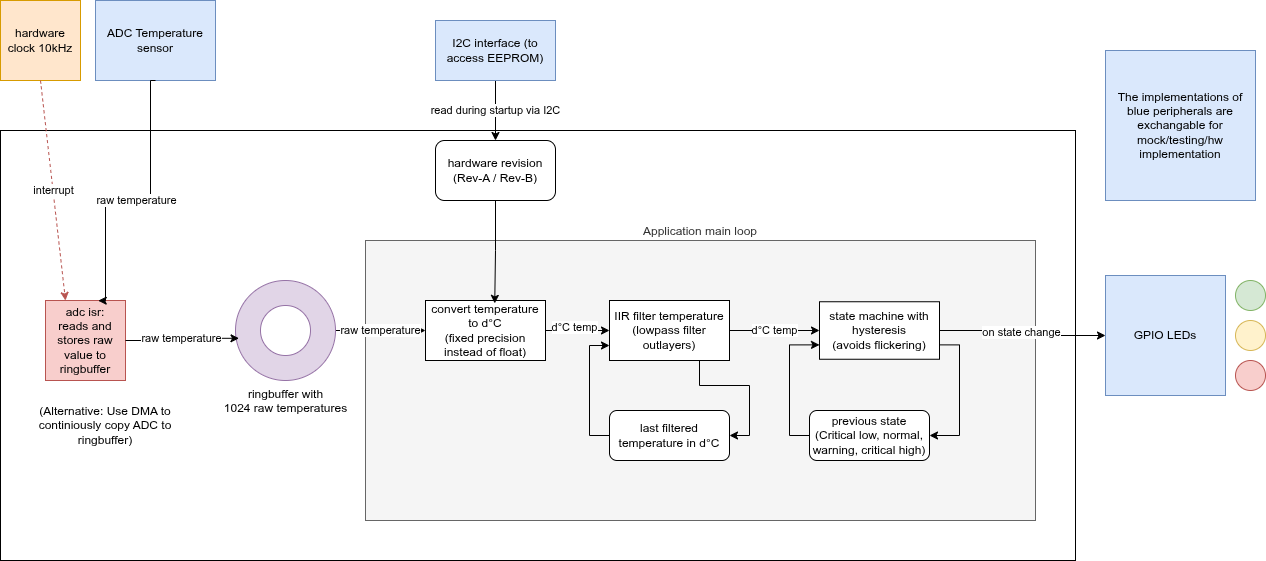
The draw.io diagram doc/dataflow_diagram.png in montaga/bm_temperature_monitor, before a commit. Source tidied: cells renumbered, new cells last; positions are measured from the earlier drawing's top-left corner, leaving out a move shared by most shapes.
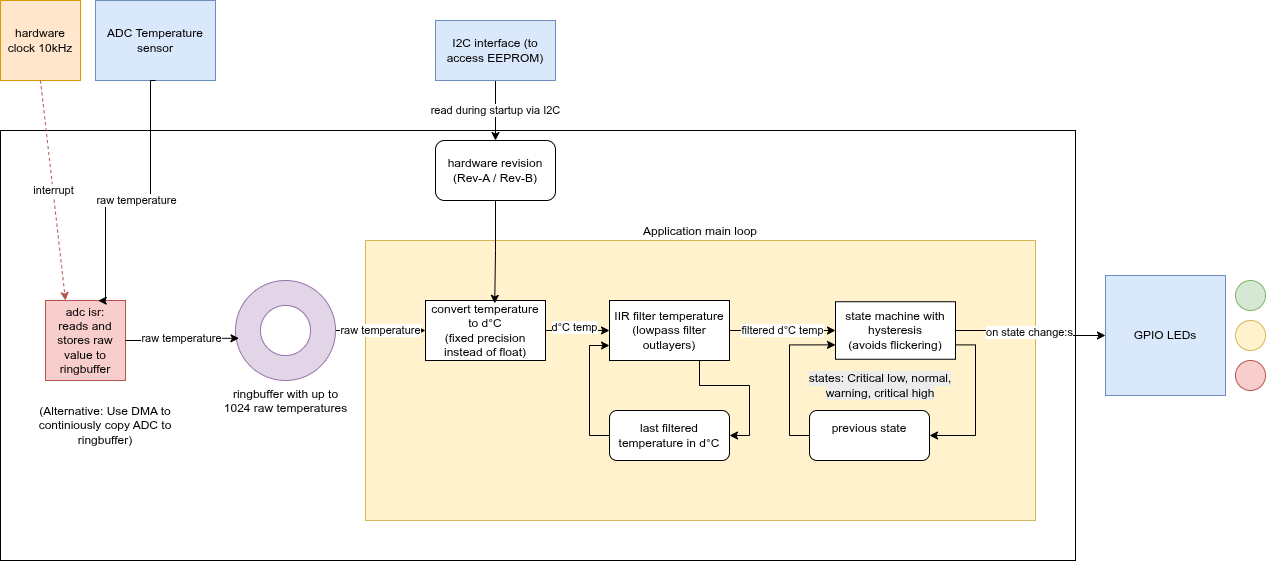
Above is the later version.

Commit message:
add architecture diagram

Change to the diagram source:
```diff
@@ -5,7 +5,7 @@
     <mxCell id="2" style="rounded=0;whiteSpace=wrap;html=1;" parent="1" vertex="1">
       <mxGeometry y="130" width="1075" height="430" as="geometry" />
     </mxCell>
-    <mxCell id="3" value="Application main loop" style="rounded=0;whiteSpace=wrap;html=1;fillColor=#f5f5f5;fontColor=#333333;strokeColor=#666666;labelPosition=center;verticalLabelPosition=top;align=center;verticalAlign=bottom;" parent="1" vertex="1">
+    <mxCell id="3" value="Application main loop" style="rounded=0;whiteSpace=wrap;html=1;fillColor=#fff2cc;strokeColor=#d6b656;labelPosition=center;verticalLabelPosition=top;align=center;verticalAlign=bottom;" parent="1" vertex="1">
       <mxGeometry x="365" y="240" width="670" height="280" as="geometry" />
     </mxCell>
     <mxCell id="4" value="hardware clock 10kHz" style="whiteSpace=wrap;html=1;fillColor=#ffe6cc;strokeColor=#d79b00;" parent="1" vertex="1">
@@ -32,7 +32,7 @@
     <mxCell id="9" value="raw temperature" style="edgeStyle=orthogonalEdgeStyle;rounded=0;jettySize=auto;html=1;entryX=0;entryY=0.5;entryDx=0;entryDy=0;" parent="1" edge="1" source="10" target="14">
       <mxGeometry relative="1" as="geometry" />
     </mxCell>
-    <mxCell id="10" value="ringbuffer with&lt;div&gt;1024 raw temperatures&lt;/div&gt;" style="verticalLabelPosition=bottom;verticalAlign=top;html=1;shape=mxgraph.basic.donut;dx=25;fillColor=#e1d5e7;strokeColor=#9673a6;fillStyle=auto;" parent="1" vertex="1">
+    <mxCell id="10" value="ringbuffer with up to&lt;div&gt;1024 raw temperatures&lt;/div&gt;" style="verticalLabelPosition=bottom;verticalAlign=top;html=1;shape=mxgraph.basic.donut;dx=25;fillColor=#e1d5e7;strokeColor=#9673a6;fillStyle=auto;" parent="1" vertex="1">
       <mxGeometry x="235" y="280" width="100" height="100" as="geometry" />
     </mxCell>
     <mxCell id="11" value="raw temperature" style="edgeStyle=orthogonalEdgeStyle;rounded=0;jettySize=auto;html=1;exitX=1;exitY=0.5;exitDx=0;exitDy=0;entryX=0.035;entryY=0.578;entryDx=0;entryDy=0;entryPerimeter=0;" parent="1" edge="1" source="6" target="10">
@@ -50,7 +50,7 @@
     <mxCell id="15" style="edgeStyle=orthogonalEdgeStyle;rounded=0;jettySize=auto;html=1;exitX=0.75;exitY=1;exitDx=0;exitDy=0;entryX=1;entryY=0.5;entryDx=0;entryDy=0;" parent="1" edge="1" source="17" target="19">
       <mxGeometry relative="1" as="geometry" />
     </mxCell>
-    <mxCell id="16" value="d°C temp" style="edgeStyle=orthogonalEdgeStyle;rounded=0;jettySize=auto;html=1;exitX=1;exitY=0.5;exitDx=0;exitDy=0;entryX=0;entryY=0.5;entryDx=0;entryDy=0;" parent="1" edge="1" source="17" target="24">
+    <mxCell id="16" value="filtered d°C temp" style="edgeStyle=orthogonalEdgeStyle;rounded=0;jettySize=auto;html=1;exitX=1;exitY=0.5;exitDx=0;exitDy=0;entryX=0;entryY=0.5;entryDx=0;entryDy=0;" parent="1" edge="1" source="17" target="24">
       <mxGeometry relative="1" as="geometry" />
     </mxCell>
     <mxCell id="17" value="IIR filter temperature&lt;div&gt;(lowpass filter outlayers)&lt;/div&gt;" style="rounded=0;whiteSpace=wrap;html=1;" parent="1" vertex="1">
@@ -71,16 +71,16 @@
     <mxCell id="22" style="edgeStyle=orthogonalEdgeStyle;rounded=0;jettySize=auto;html=1;exitX=1;exitY=0.5;exitDx=0;exitDy=0;entryX=0;entryY=0.5;entryDx=0;entryDy=0;" parent="1" edge="1" source="24" target="27">
       <mxGeometry relative="1" as="geometry" />
     </mxCell>
-    <mxCell id="23" value="on state change" style="edgeLabel;html=1;align=center;verticalAlign=middle;" parent="22" vertex="1">
+    <mxCell id="23" value="on state change:s" style="edgeLabel;html=1;align=center;verticalAlign=middle;" parent="22" vertex="1">
       <mxGeometry x="-0.02" y="-2" relative="1" as="geometry" />
     </mxCell>
     <mxCell id="24" value="state machine with hysteresis&lt;div&gt;(avoids flickering)&lt;br&gt;&lt;/div&gt;" style="rounded=0;whiteSpace=wrap;html=1;" parent="1" vertex="1">
-      <mxGeometry x="819" y="301.2" width="120" height="57.5" as="geometry" />
+      <mxGeometry x="835" y="301.2" width="120" height="57.5" as="geometry" />
     </mxCell>
     <mxCell id="25" style="edgeStyle=orthogonalEdgeStyle;rounded=0;jettySize=auto;html=1;exitX=0;exitY=0.5;exitDx=0;exitDy=0;entryX=0;entryY=0.75;entryDx=0;entryDy=0;" parent="1" edge="1" source="26" target="24">
       <mxGeometry relative="1" as="geometry" />
     </mxCell>
-    <mxCell id="26" value="previous state&lt;div&gt;(&lt;span style=&quot;background-color: transparent; color: light-dark(rgb(0, 0, 0), rgb(255, 255, 255));&quot;&gt;Critical low, normal,&lt;/span&gt;&lt;/div&gt;warning, critical high)" style="rounded=1;whiteSpace=wrap;html=1;" parent="1" vertex="1">
+    <mxCell id="26" value="previous state&lt;div&gt;&lt;br&gt;&lt;/div&gt;" style="rounded=1;whiteSpace=wrap;html=1;" parent="1" vertex="1">
       <mxGeometry x="809" y="410" width="120" height="50" as="geometry" />
     </mxCell>
     <mxCell id="27" value="GPIO LEDs" style="whiteSpace=wrap;html=1;fillColor=#dae8fc;strokeColor=#6c8ebf;" parent="1" vertex="1">
@@ -107,8 +107,8 @@
     <mxCell id="34" style="ellipse;whiteSpace=wrap;html=1;fillColor=#f8cecc;strokeColor=#b85450;" parent="1" vertex="1">
       <mxGeometry x="1235" y="360" width="30" height="30" as="geometry" />
     </mxCell>
-    <mxCell id="35" value="The implementations of blue peripherals are exchangable for mock/testing/hw implementation" style="whiteSpace=wrap;html=1;fillColor=#dae8fc;strokeColor=#6c8ebf;" parent="1" vertex="1">
-      <mxGeometry x="1105" y="50" width="150" height="150" as="geometry" />
-    </mxCell>
+    <mxCell id="36" value="&lt;div style=&quot;forced-color-adjust: none; color: rgb(0, 0, 0); font-family: Helvetica; font-size: 12px; font-style: normal; font-variant-ligatures: normal; font-variant-caps: normal; font-weight: 400; letter-spacing: normal; orphans: 2; text-align: center; text-indent: 0px; text-transform: none; widows: 2; word-spacing: 0px; -webkit-text-stroke-width: 0px; white-space: normal; background-color: rgb(236, 236, 236); text-decoration-thickness: initial; text-decoration-style: initial; text-decoration-color: initial;&quot;&gt;&lt;span style=&quot;forced-color-adjust: none; background-color: transparent; color: light-dark(rgb(0, 0, 0), rgb(255, 255, 255));&quot;&gt;states: Critical low, normal,&lt;/span&gt;&lt;/div&gt;&lt;span style=&quot;color: rgb(0, 0, 0); font-family: Helvetica; font-size: 12px; font-style: normal; font-variant-ligatures: normal; font-variant-caps: normal; font-weight: 400; letter-spacing: normal; orphans: 2; text-align: center; text-indent: 0px; text-transform: none; widows: 2; word-spacing: 0px; -webkit-text-stroke-width: 0px; white-space: normal; background-color: rgb(236, 236, 236); text-decoration-thickness: initial; text-decoration-style: initial; text-decoration-color: initial; float: none; display: inline !important;&quot;&gt;warning, critical high&lt;/span&gt;" style="text;html=1;whiteSpace=wrap;strokeColor=none;fillColor=none;align=center;verticalAlign=middle;rounded=0;" parent="1" vertex="1">
+      <mxGeometry x="805" y="370" width="150" height="30" as="geometry" />
+    </mxCell>
   </root>
 </mxGraphModel>
```
